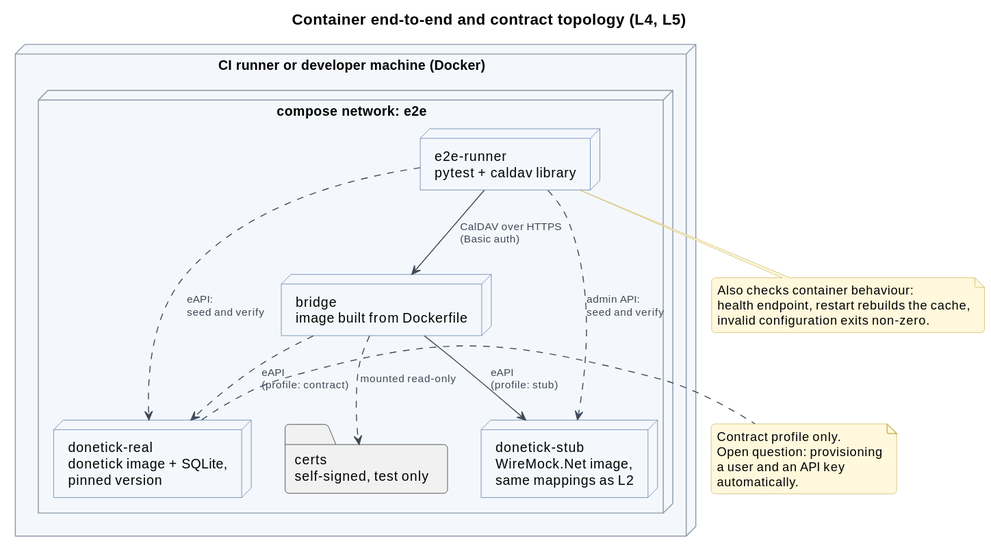
Earlier version of the PlantUML export docs/diagrams/svg/test-e2e-topology.svg (PauwConsultancy/DonetickCalDAVBridge).
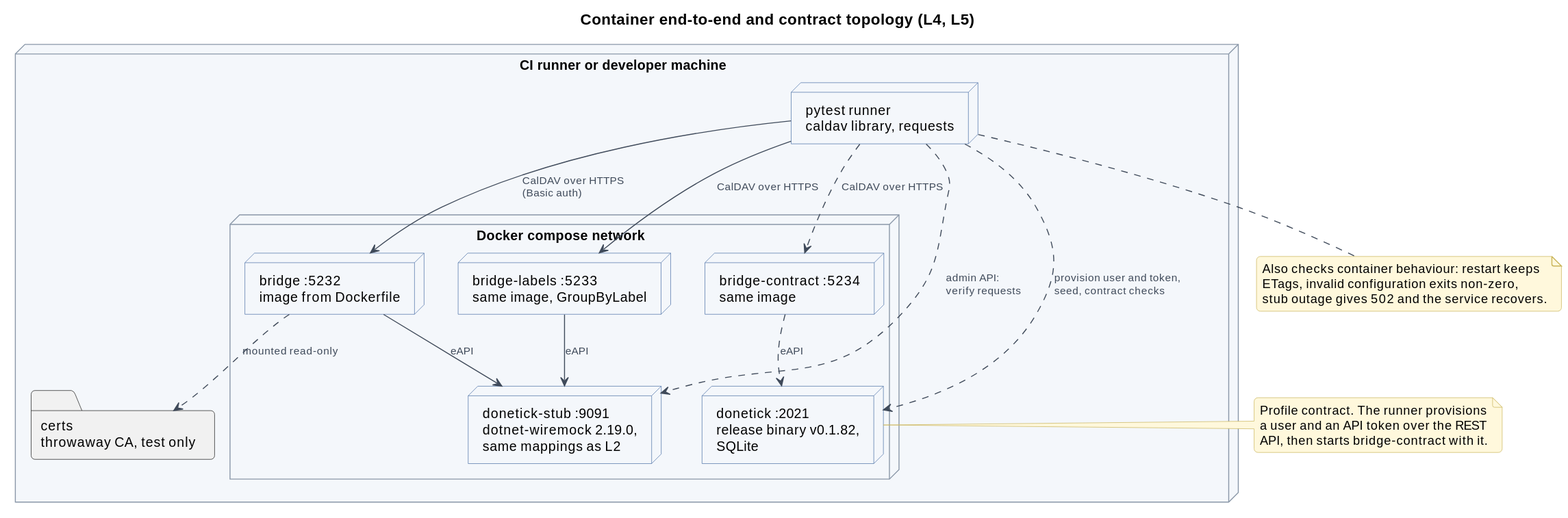
The same file after the commit.

Change to the diagram source:
```diff
@@ -3,33 +3,37 @@
 
 title Container end-to-end and contract topology (L4, L5)
 
-node "CI runner or developer machine (Docker)" {
-  node "compose network: e2e" {
-    node "bridge\nimage built from Dockerfile" as bridge
-    node "donetick-stub\nWireMock.Net image,\nsame mappings as L2" as stub
-    node "donetick-real\ndonetick image + SQLite,\npinned version" as real
-    node "e2e-runner\npytest + caldav library" as runner
-    folder "certs\nself-signed, test only" as certs
+node "CI runner or developer machine" {
+  node "pytest runner\ncaldav library, requests" as runner
+  folder "certs\nthrowaway CA, test only" as certs
+  node "Docker compose network" {
+    node "bridge :5232\nimage from Dockerfile" as bridge
+    node "bridge-labels :5233\nsame image, GroupByLabel" as labels
+    node "donetick-stub :9091\ndotnet-wiremock 2.19.0,\nsame mappings as L2" as stub
+    node "donetick :2021\nrelease binary v0.1.82,\nSQLite" as real
+    node "bridge-contract :5234\nsame image" as cbridge
   }
 }
 
 runner --> bridge : CalDAV over HTTPS\n(Basic auth)
-bridge --> stub : eAPI\n(profile: stub)
-bridge ..> real : eAPI\n(profile: contract)
-runner ..> stub : admin API:\nseed and verify
-runner ..> real : eAPI:\nseed and verify
+runner --> labels : CalDAV over HTTPS
+bridge --> stub : eAPI
+labels --> stub : eAPI
+runner ..> stub : admin API:\nverify requests
+runner ..> real : provision user and token,\nseed, contract checks
+runner ..> cbridge : CalDAV over HTTPS
+cbridge ..> real : eAPI
 bridge ..> certs : mounted read-only
 
 note right of real
-  Contract profile only.
-  Open question: provisioning
-  a user and an API key
-  automatically.
+  Profile contract. The runner provisions
+  a user and an API token over the REST
+  API, then starts bridge-contract with it.
 end note
 
 note bottom of runner
-  Also checks container behaviour:
-  health endpoint, restart rebuilds the cache,
-  invalid configuration exits non-zero.
+  Also checks container behaviour: restart keeps
+  ETags, invalid configuration exits non-zero,
+  stub outage gives 502 and the service recovers.
 end note
 @enduml
```
